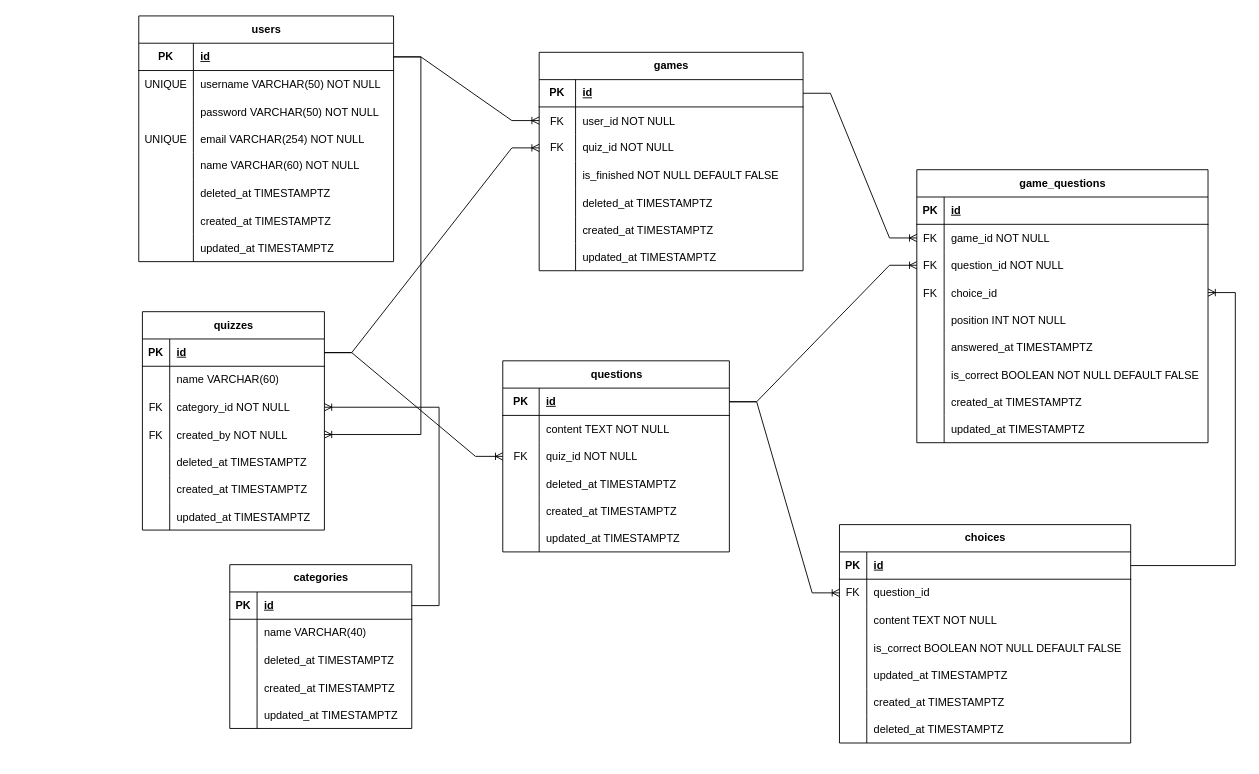
Before: docs/db/diagramaLogico.drawio in yandevv/backend-intelliquiz, a draw.io diagram. Source tidied: cells renumbered, new cells numbered last; positions are measured from the earlier drawing's top-left corner, leaving out a move shared by most shapes. Both pictures are drawn from the tidied source at 91%, with x=0, y=0 at pixel (138, 15).
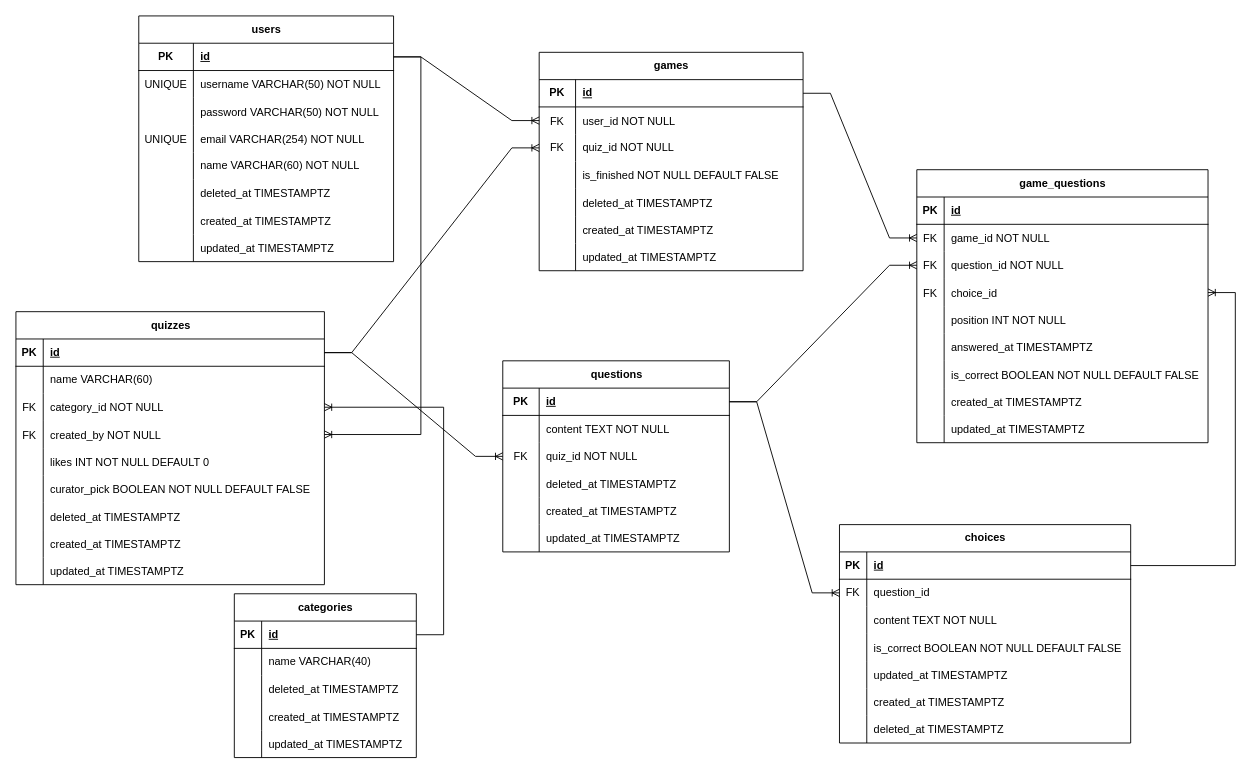
Above is the later version.

Commit message (it also covers changes not shown here):
feat(quiz): added curator_pick and likes fields on schema

The edit, as a diff of the source:
```diff
@@
     <mxCell id="31" value="quizzes" style="shape=table;startSize=30;childLayout=tableLayout;rowLines=0;fontStyle=1;align=center;html=1;" parent="1" vertex="1">
-      <mxGeometry x="4" y="325" width="200" height="240" as="geometry" />
+      <mxGeometry x="-135" y="325" width="339" height="300" as="geometry" />
     </mxCell>
     <mxCell id="32" style="shape=tableRow;horizontal=0;startSize=0;swimlaneHead=0;swimlaneBody=0;fillColor=none;points=[[0,0.5],[1,0.5]];portConstraint=eastwest;top=0;left=0;right=0;bottom=1;" parent="31" vertex="1">
-      <mxGeometry y="30" width="200" height="30" as="geometry" />
+      <mxGeometry y="30" width="339" height="30" as="geometry" />
     </mxCell>
@@
     <mxCell id="34" value="id" style="shape=partialRectangle;fillColor=none;top=0;left=0;bottom=0;right=0;align=left;spacingLeft=6;fontStyle=5;overflow=hidden;whiteSpace=wrap;html=1;" parent="32" vertex="1">
-      <mxGeometry x="30" width="170" height="30" as="geometry" />
+      <mxGeometry x="30" width="309" height="30" as="geometry" />
     </mxCell>
     <mxCell id="35" style="shape=tableRow;horizontal=0;startSize=0;swimlaneHead=0;swimlaneBody=0;fillColor=none;top=0;left=0;right=0;bottom=0;" parent="31" vertex="1">
-      <mxGeometry y="60" width="200" height="30" as="geometry" />
+      <mxGeometry y="60" width="339" height="30" as="geometry" />
     </mxCell>
@@
     <mxCell id="37" value="name VARCHAR(60)" style="shape=partialRectangle;fillColor=none;top=0;left=0;bottom=0;right=0;align=left;spacingLeft=6;overflow=hidden;whiteSpace=wrap;html=1;" parent="35" vertex="1">
-      <mxGeometry x="30" width="170" height="30" as="geometry" />
+      <mxGeometry x="30" width="309" height="30" as="geometry" />
     </mxCell>
     <mxCell id="38" style="shape=tableRow;horizontal=0;startSize=0;swimlaneHead=0;swimlaneBody=0;fillColor=none;points=[[0,0.5],[1,0.5]];portConstraint=eastwest;top=0;left=0;right=0;bottom=0;" parent="31" vertex="1">
-      <mxGeometry y="90" width="200" height="30" as="geometry" />
+      <mxGeometry y="90" width="339" height="30" as="geometry" />
     </mxCell>
@@
     <mxCell id="40" value="category_id NOT NULL" style="shape=partialRectangle;fillColor=none;top=0;left=0;bottom=0;right=0;align=left;spacingLeft=6;overflow=hidden;flipV=0;" parent="38" vertex="1">
-      <mxGeometry x="30" width="170" height="30" as="geometry" />
+      <mxGeometry x="30" width="309" height="30" as="geometry" />
     </mxCell>
     <mxCell id="41" style="shape=tableRow;horizontal=0;startSize=0;swimlaneHead=0;swimlaneBody=0;fillColor=none;points=[[0,0.5],[1,0.5]];portConstraint=eastwest;top=0;left=0;right=0;bottom=0;" parent="31" vertex="1">
-      <mxGeometry y="120" width="200" height="30" as="geometry" />
+      <mxGeometry y="120" width="339" height="30" as="geometry" />
     </mxCell>
@@
     <mxCell id="43" value="created_by NOT NULL" style="shape=partialRectangle;fillColor=none;top=0;left=0;bottom=0;right=0;align=left;spacingLeft=6;overflow=hidden;flipV=0;" parent="41" vertex="1">
-      <mxGeometry x="30" width="170" height="30" as="geometry" />
+      <mxGeometry x="30" width="309" height="30" as="geometry" />
     </mxCell>
+    <mxCell id="165" style="shape=tableRow;horizontal=0;startSize=0;swimlaneHead=0;swimlaneBody=0;fillColor=none;top=0;left=0;right=0;bottom=0;" parent="31" vertex="1">
+      <mxGeometry y="150" width="339" height="30" as="geometry" />
+    </mxCell>
+    <mxCell id="166" style="shape=partialRectangle;fillColor=none;top=0;left=0;bottom=0;right=0;overflow=hidden;" parent="165" vertex="1">
+      <mxGeometry width="30" height="30" as="geometry" />
+    </mxCell>
+    <mxCell id="167" value="likes INT NOT NULL DEFAULT 0" style="shape=partialRectangle;fillColor=none;top=0;left=0;bottom=0;right=0;align=left;spacingLeft=6;overflow=hidden;flipV=0;" parent="165" vertex="1">
+      <mxGeometry x="30" width="309" height="30" as="geometry" />
+    </mxCell>
+    <mxCell id="168" style="shape=tableRow;horizontal=0;startSize=0;swimlaneHead=0;swimlaneBody=0;fillColor=none;top=0;left=0;right=0;bottom=0;" parent="31" vertex="1">
+      <mxGeometry y="180" width="339" height="30" as="geometry" />
+    </mxCell>
+    <mxCell id="169" style="shape=partialRectangle;fillColor=none;top=0;left=0;bottom=0;right=0;overflow=hidden;" parent="168" vertex="1">
+      <mxGeometry width="30" height="30" as="geometry" />
+    </mxCell>
+    <mxCell id="170" value="curator_pick BOOLEAN NOT NULL DEFAULT FALSE" style="shape=partialRectangle;fillColor=none;top=0;left=0;bottom=0;right=0;align=left;spacingLeft=6;overflow=hidden;flipV=0;" parent="168" vertex="1">
+      <mxGeometry x="30" width="309" height="30" as="geometry" />
+    </mxCell>
     <mxCell id="44" style="shape=tableRow;horizontal=0;startSize=0;swimlaneHead=0;swimlaneBody=0;fillColor=none;top=0;left=0;right=0;bottom=0;" parent="31" vertex="1">
-      <mxGeometry y="150" width="200" height="30" as="geometry" />
+      <mxGeometry y="210" width="339" height="30" as="geometry" />
     </mxCell>
@@
     <mxCell id="46" value="deleted_at TIMESTAMPTZ" style="shape=partialRectangle;fillColor=none;top=0;left=0;bottom=0;right=0;align=left;spacingLeft=6;overflow=hidden;flipV=0;" parent="44" vertex="1">
-      <mxGeometry x="30" width="170" height="30" as="geometry" />
+      <mxGeometry x="30" width="309" height="30" as="geometry" />
     </mxCell>
     <mxCell id="47" style="shape=tableRow;horizontal=0;startSize=0;swimlaneHead=0;swimlaneBody=0;fillColor=none;top=0;left=0;right=0;bottom=0;" parent="31" vertex="1">
-      <mxGeometry y="180" width="200" height="30" as="geometry" />
+      <mxGeometry y="240" width="339" height="30" as="geometry" />
     </mxCell>
@@
     <mxCell id="49" value="created_at TIMESTAMPTZ" style="shape=partialRectangle;fillColor=none;top=0;left=0;bottom=0;right=0;align=left;spacingLeft=6;overflow=hidden;flipV=0;" parent="47" vertex="1">
-      <mxGeometry x="30" width="170" height="30" as="geometry" />
+      <mxGeometry x="30" width="309" height="30" as="geometry" />
     </mxCell>
     <mxCell id="50" style="shape=tableRow;horizontal=0;startSize=0;swimlaneHead=0;swimlaneBody=0;fillColor=none;top=0;left=0;right=0;bottom=0;" parent="31" vertex="1">
-      <mxGeometry y="210" width="200" height="30" as="geometry" />
+      <mxGeometry y="270" width="339" height="30" as="geometry" />
     </mxCell>
@@
     <mxCell id="52" value="updated_at TIMESTAMPTZ" style="shape=partialRectangle;fillColor=none;top=0;left=0;bottom=0;right=0;align=left;spacingLeft=6;overflow=hidden;flipV=0;" parent="50" vertex="1">
-      <mxGeometry x="30" width="170" height="30" as="geometry" />
+      <mxGeometry x="30" width="309" height="30" as="geometry" />
     </mxCell>
@@
     <mxCell id="72" value="categories" style="shape=table;startSize=30;childLayout=tableLayout;rowLines=0;fontStyle=1;align=center;html=1;" parent="1" vertex="1">
-      <mxGeometry x="100" y="603" width="200" height="180" as="geometry" />
+      <mxGeometry x="105" y="635" width="200" height="180" as="geometry" />
     </mxCell>
```
